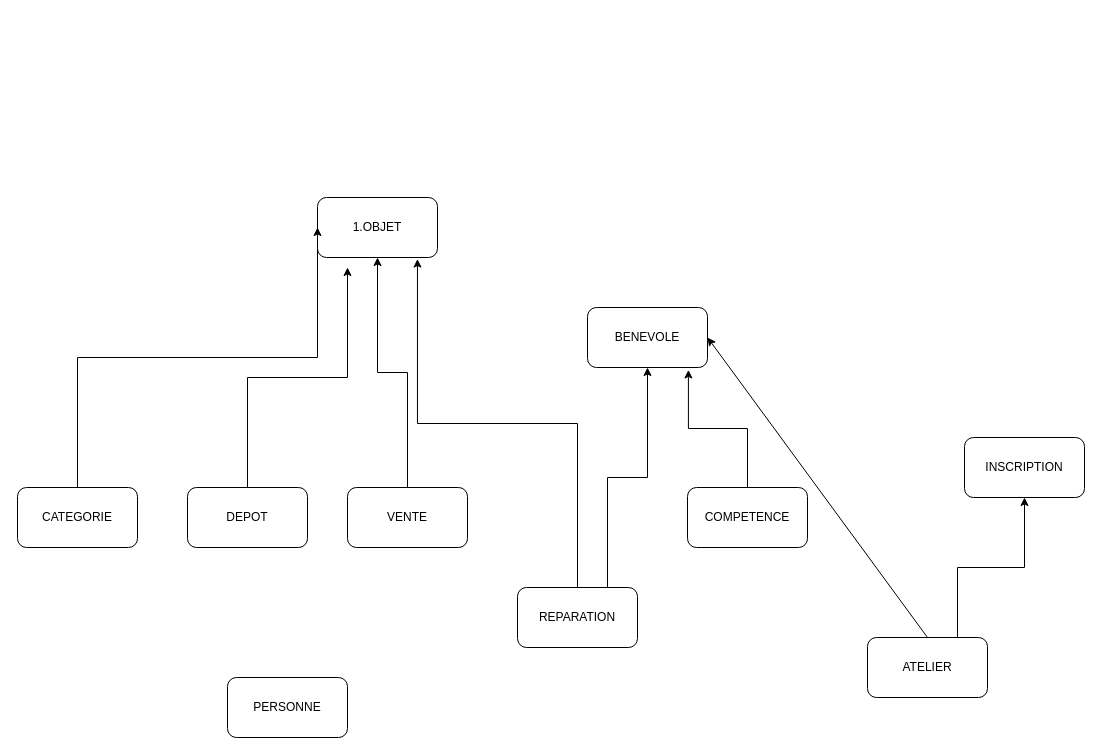
This is arbre_dependance_Adatabase.drawio from gdiaby2403/repo1, a draw.io file, before an edit. Source tidied: cells renumbered, new cells numbered last; positions are measured from the earlier drawing's top-left corner, leaving out a move shared by most shapes. Both pictures are drawn from the tidied source at 100%, with x=0, y=0 at pixel (17, 197).
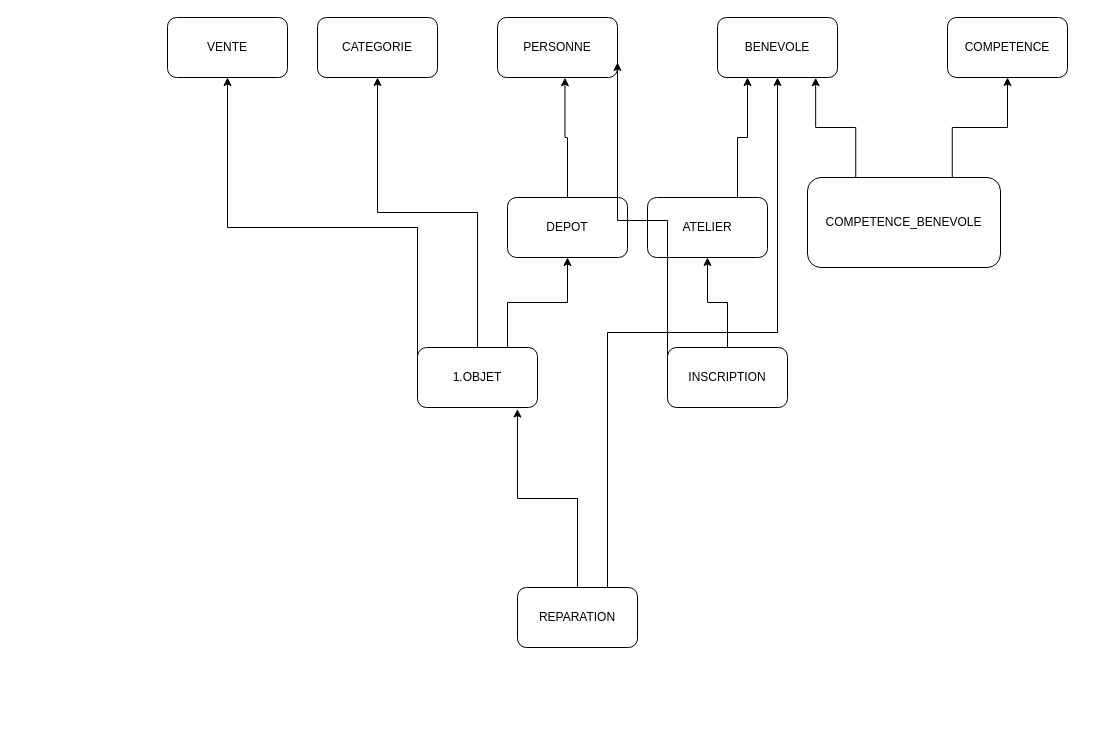
After the change.

Commit message (it also covers changes not shown here):
Mettre à jour arbre_dependance_Adatabase.drawio

Change to the diagram source:
```diff
@@
+    <mxCell id="20" style="edgeStyle=elbowEdgeStyle;shape=wire;rounded=0;jettySize=auto;elbow=vertical;html=1;exitX=0.5;exitY=0;exitDx=0;exitDy=0;entryX=0.5;entryY=1;entryDx=0;entryDy=0;dashed=1;" parent="1" edge="1" source="2" target="16">
+      <mxGeometry relative="1" as="geometry" />
+    </mxCell>
+    <mxCell id="21" style="edgeStyle=elbowEdgeStyle;shape=wire;rounded=0;jettySize=auto;elbow=vertical;html=1;exitX=0.75;exitY=0;exitDx=0;exitDy=0;entryX=0.5;entryY=1;entryDx=0;entryDy=0;dashed=1;" parent="1" edge="1" source="2" target="5">
+      <mxGeometry relative="1" as="geometry" />
+    </mxCell>
+    <mxCell id="22" style="edgeStyle=elbowEdgeStyle;shape=wire;rounded=0;jettySize=auto;elbow=vertical;html=1;exitX=0;exitY=0.5;exitDx=0;exitDy=0;entryX=0.5;entryY=1;entryDx=0;entryDy=0;dashed=1;" parent="1" edge="1" source="2" target="9">
+      <mxGeometry relative="1" as="geometry" />
+    </mxCell>
     <mxCell id="2" value="1.OBJET" style="rounded=1;whiteSpace=wrap;html=1;" parent="1" vertex="1">
-      <mxGeometry x="300" width="120" height="60" as="geometry" />
+      <mxGeometry x="400" y="150" width="120" height="60" as="geometry" />
     </mxCell>
     <mxCell id="3" value="BENEVOLE" style="rounded=1;whiteSpace=wrap;html=1;" parent="1" vertex="1">
-      <mxGeometry x="570" y="110" width="120" height="60" as="geometry" />
+      <mxGeometry x="700" y="-180" width="120" height="60" as="geometry" />
     </mxCell>
-    <mxCell id="4" style="edgeStyle=elbowEdgeStyle;shape=wire;rounded=0;jettySize=auto;elbow=vertical;html=1;exitX=0.5;exitY=0;exitDx=0;exitDy=0;dashed=1;" parent="1" edge="1" source="5">
-      <mxGeometry relative="1" as="geometry">
-        <mxPoint x="330" y="70" as="targetPoint" />
-      </mxGeometry>
-    </mxCell>
     <mxCell id="5" value="DEPOT" style="rounded=1;whiteSpace=wrap;html=1;" parent="1" vertex="1">
-      <mxGeometry x="170" y="290" width="120" height="60" as="geometry" />
+      <mxGeometry x="490" width="120" height="60" as="geometry" />
     </mxCell>
@@
-    <mxCell id="8" style="edgeStyle=elbowEdgeStyle;shape=wire;rounded=0;jettySize=auto;elbow=vertical;html=1;exitX=0.5;exitY=0;exitDx=0;exitDy=0;entryX=0.5;entryY=1;entryDx=0;entryDy=0;dashed=1;" parent="1" edge="1" source="9" target="2">
-      <mxGeometry relative="1" as="geometry" />
-    </mxCell>
     <mxCell id="9" value="VENTE" style="rounded=1;whiteSpace=wrap;html=1;" parent="1" vertex="1">
-      <mxGeometry x="330" y="290" width="120" height="60" as="geometry" />
+      <mxGeometry x="150" y="-180" width="120" height="60" as="geometry" />
     </mxCell>
-    <mxCell id="10" style="edgeStyle=elbowEdgeStyle;shape=wire;rounded=0;jettySize=auto;elbow=vertical;html=1;exitX=0.75;exitY=0;exitDx=0;exitDy=0;dashed=1;" parent="1" edge="1" source="12" target="17">
-      <mxGeometry relative="1" as="geometry" />
-    </mxCell>
-    <mxCell id="11" style="shape=wire;rounded=0;jettySize=auto;elbow=vertical;html=1;exitX=0.5;exitY=0;exitDx=0;exitDy=0;entryX=1;entryY=0.5;entryDx=0;entryDy=0;dashed=1;" parent="1" edge="1" source="12" target="3">
+    <mxCell id="11" style="edgeStyle=elbowEdgeStyle;shape=wire;rounded=0;jettySize=auto;elbow=vertical;html=1;exitX=0.75;exitY=0;exitDx=0;exitDy=0;entryX=0.25;entryY=1;entryDx=0;entryDy=0;dashed=1;" parent="1" edge="1" source="12" target="3">
       <mxGeometry relative="1" as="geometry" />
     </mxCell>
     <mxCell id="12" value="ATELIER" style="rounded=1;whiteSpace=wrap;html=1;" parent="1" vertex="1">
-      <mxGeometry x="850" y="440" width="120" height="60" as="geometry" />
+      <mxGeometry x="630" width="120" height="60" as="geometry" />
     </mxCell>
     <mxCell id="13" value="PERSONNE" style="rounded=1;whiteSpace=wrap;html=1;" parent="1" vertex="1">
-      <mxGeometry x="210" y="480" width="120" height="60" as="geometry" />
+      <mxGeometry x="480" y="-180" width="120" height="60" as="geometry" />
     </mxCell>
@@
-    <mxCell id="15" style="edgeStyle=elbowEdgeStyle;shape=wire;rounded=0;jettySize=auto;elbow=vertical;html=1;exitX=0.5;exitY=0;exitDx=0;exitDy=0;entryX=0;entryY=0.5;entryDx=0;entryDy=0;dashed=1;" parent="1" edge="1" source="16" target="2">
-      <mxGeometry relative="1" as="geometry" />
-    </mxCell>
     <mxCell id="16" value="CATEGORIE" style="rounded=1;whiteSpace=wrap;html=1;" parent="1" vertex="1">
-      <mxGeometry y="290" width="120" height="60" as="geometry" />
+      <mxGeometry x="300" y="-180" width="120" height="60" as="geometry" />
     </mxCell>
+    <mxCell id="23" style="edgeStyle=elbowEdgeStyle;shape=wire;rounded=0;jettySize=auto;elbow=vertical;html=1;exitX=0.5;exitY=0;exitDx=0;exitDy=0;dashed=1;" parent="1" edge="1" source="17" target="12">
+      <mxGeometry relative="1" as="geometry" />
+    </mxCell>
+    <mxCell id="24" style="edgeStyle=elbowEdgeStyle;shape=wire;rounded=0;jettySize=auto;elbow=vertical;html=1;exitX=0;exitY=0.5;exitDx=0;exitDy=0;entryX=1;entryY=0.75;entryDx=0;entryDy=0;dashed=1;" parent="1" edge="1" source="17" target="13">
+      <mxGeometry relative="1" as="geometry" />
+    </mxCell>
     <mxCell id="17" value="INSCRIPTION" style="rounded=1;whiteSpace=wrap;html=1;" parent="1" vertex="1">
-      <mxGeometry x="947" y="240" width="120" height="60" as="geometry" />
+      <mxGeometry x="650" y="150" width="120" height="60" as="geometry" />
     </mxCell>
     <mxCell id="18" value="COMPETENCE" style="rounded=1;whiteSpace=wrap;html=1;" parent="1" vertex="1">
-      <mxGeometry x="670" y="290" width="120" height="60" as="geometry" />
+      <mxGeometry x="930" y="-180" width="120" height="60" as="geometry" />
     </mxCell>
-    <mxCell id="19" style="edgeStyle=elbowEdgeStyle;shape=wire;rounded=0;jettySize=auto;elbow=vertical;html=1;exitX=0.5;exitY=0;exitDx=0;exitDy=0;entryX=0.841;entryY=1.041;entryDx=0;entryDy=0;entryPerimeter=0;dashed=1;" parent="1" edge="1" source="18" target="3">
-      <mxGeometry relative="1" as="geometry" />
-    </mxCell>
+    <mxCell id="25" style="edgeStyle=elbowEdgeStyle;shape=wire;rounded=0;jettySize=auto;elbow=vertical;html=1;exitX=0.5;exitY=0;exitDx=0;exitDy=0;entryX=0.562;entryY=1.004;entryDx=0;entryDy=0;entryPerimeter=0;dashed=1;" parent="1" edge="1" source="5" target="13">
+      <mxGeometry relative="1" as="geometry" />
+    </mxCell>
+    <mxCell id="26" style="edgeStyle=elbowEdgeStyle;shape=wire;rounded=0;jettySize=auto;elbow=vertical;html=1;exitX=0.75;exitY=0;exitDx=0;exitDy=0;entryX=0.5;entryY=1;entryDx=0;entryDy=0;dashed=1;" parent="1" edge="1" source="27" target="18">
+      <mxGeometry relative="1" as="geometry" />
+    </mxCell>
+    <mxCell id="27" value="COMPETENCE_BENEVOLE" style="rounded=1;whiteSpace=wrap;html=1;" parent="1" vertex="1">
+      <mxGeometry x="790" y="-20" width="193" height="90" as="geometry" />
+    </mxCell>
+    <mxCell id="28" style="edgeStyle=elbowEdgeStyle;shape=wire;rounded=0;jettySize=auto;elbow=vertical;html=1;exitX=0.25;exitY=0;exitDx=0;exitDy=0;entryX=0.818;entryY=1.004;entryDx=0;entryDy=0;entryPerimeter=0;dashed=1;" parent="1" edge="1" source="27" target="3">
+      <mxGeometry relative="1" as="geometry" />
+    </mxCell>
```
